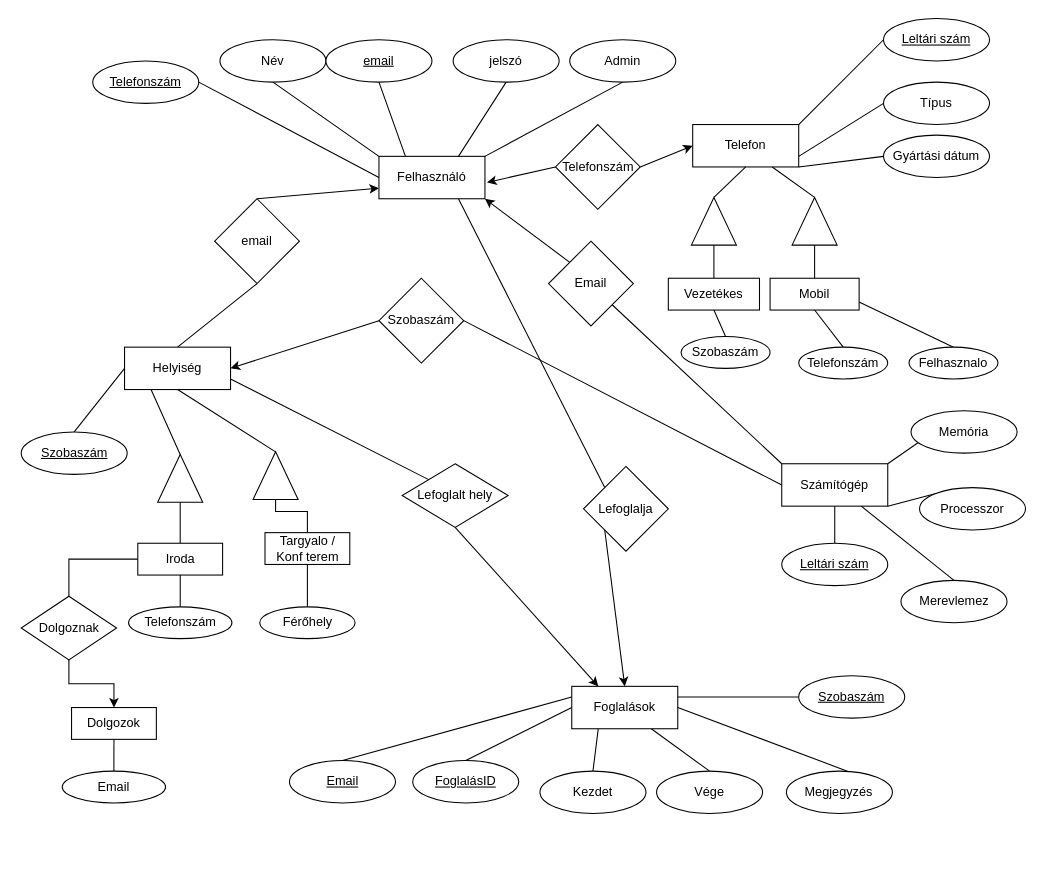
Before: Munkahely.drawio in Troversones/adatbProjekt, a draw.io diagram. Source tidied: cells renumbered, new cells numbered last; positions are measured from the earlier drawing's top-left corner, leaving out a move shared by most shapes. Both pictures are drawn from the tidied source at 106%, with x=0, y=0 at pixel (20, 18).
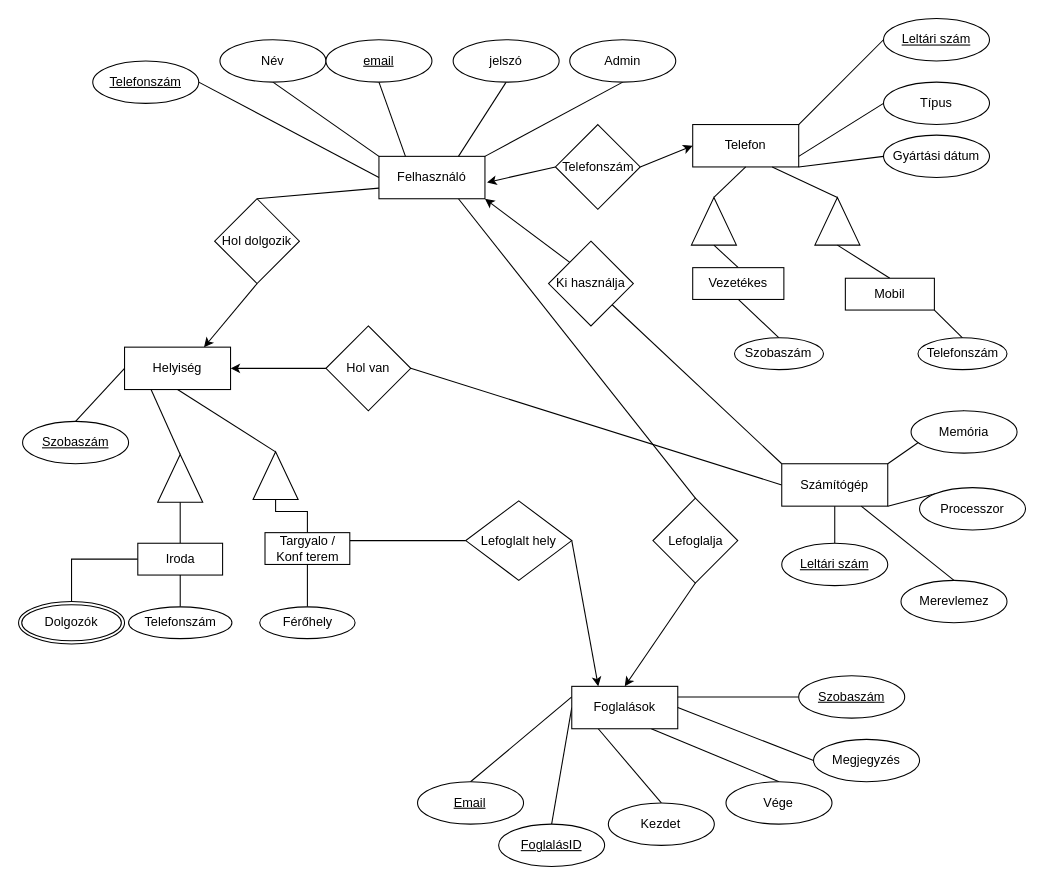
After the change.

The change refers to these unchanged cells:
```xml
<mxCell id="3" value="Felhasználó" style="whiteSpace=wrap;html=1;align=center;" parent="1" vertex="1">
  <mxGeometry x="338" y="130" width="100" height="40" as="geometry" />
</mxCell>
<mxCell id="46" value="Helyiség" style="whiteSpace=wrap;html=1;align=center;" parent="1" vertex="1">
  <mxGeometry x="98" y="310" width="100" height="40" as="geometry" />
</mxCell>
<mxCell id="60" value="Iroda" style="whiteSpace=wrap;html=1;align=center;" parent="1" vertex="1">
  <mxGeometry x="110.5" y="495" width="80" height="30" as="geometry" />
</mxCell>
<mxCell id="67" value="Targyalo / Konf terem" style="whiteSpace=wrap;html=1;align=center;" parent="1" vertex="1">
  <mxGeometry x="230.5" y="485" width="80" height="30" as="geometry" />
</mxCell>
<mxCell id="76" value="Foglalások" style="whiteSpace=wrap;html=1;align=center;" parent="1" vertex="1">
  <mxGeometry x="519.9" y="630" width="100" height="40" as="geometry" />
</mxCell>
```

The edit, as a diff of the source:
```diff
@@
-    <mxCell id="2" style="rounded=0;jettySize=auto;html=1;exitX=0.75;exitY=1;exitDx=0;exitDy=0;entryX=0;entryY=0;entryDx=0;entryDy=0;endArrow=none;endFill=0;" parent="1" edge="1" source="3" target="83">
+    <mxCell id="2" style="rounded=0;jettySize=auto;html=1;exitX=0.75;exitY=1;exitDx=0;exitDy=0;entryX=0.5;entryY=0;entryDx=0;entryDy=0;endArrow=none;endFill=0;" parent="1" edge="1" source="3" target="83">
       <mxGeometry relative="1" as="geometry" />
     </mxCell>
@@
     <mxCell id="31" style="triangle;whiteSpace=wrap;html=1;rotation=-90;" parent="1" vertex="1">
-      <mxGeometry x="726.5" y="170" width="45" height="42.5" as="geometry" />
+      <mxGeometry x="748" y="170" width="45" height="42.5" as="geometry" />
     </mxCell>
@@
-    <mxCell id="39" value="Email" style="rhombus;whiteSpace=wrap;html=1;" parent="1" vertex="1">
+    <mxCell id="39" value="Ki használja" style="rhombus;whiteSpace=wrap;html=1;" parent="1" vertex="1">
       <mxGeometry x="498" y="210" width="80" height="80" as="geometry" />
     </mxCell>
@@
     <mxCell id="41" value="Szobaszám" style="ellipse;whiteSpace=wrap;html=1;align=center;fontStyle=4;" parent="1" vertex="1">
-      <mxGeometry x="0.5" y="390" width="100" height="40" as="geometry" />
+      <mxGeometry x="1.8" y="380" width="100" height="40" as="geometry" />
     </mxCell>
-    <mxCell id="42" style="rounded=0;jettySize=auto;html=1;exitX=0.5;exitY=0;exitDx=0;exitDy=0;entryX=0;entryY=0.75;entryDx=0;entryDy=0;" parent="1" edge="1" source="43" target="3">
+    <mxCell id="42" style="rounded=0;jettySize=auto;html=1;exitX=0.5;exitY=0;exitDx=0;exitDy=0;entryX=0;entryY=0.75;entryDx=0;entryDy=0;endArrow=none;endFill=0;" parent="1" edge="1" source="43" target="3">
       <mxGeometry relative="1" as="geometry" />
     </mxCell>
-    <mxCell id="43" value="email" style="rhombus;whiteSpace=wrap;html=1;" parent="1" vertex="1">
+    <mxCell id="43" value="Hol dolgozik" style="rhombus;whiteSpace=wrap;html=1;" parent="1" vertex="1">
       <mxGeometry x="183" y="170" width="80" height="80" as="geometry" />
     </mxCell>
-    <mxCell id="44" style="rounded=0;jettySize=auto;html=1;exitX=0.5;exitY=0;exitDx=0;exitDy=0;entryX=0.5;entryY=1;entryDx=0;entryDy=0;endArrow=none;endFill=0;" parent="1" edge="1" source="46" target="43">
+    <mxCell id="44" style="rounded=0;jettySize=auto;html=1;exitX=0.5;exitY=1;exitDx=0;exitDy=0;entryX=0.75;entryY=0;entryDx=0;entryDy=0;endArrow=classic;endFill=1;" parent="1" edge="1" source="43" target="46">
       <mxGeometry relative="1" as="geometry" />
     </mxCell>
-    <mxCell id="45" style="rounded=0;jettySize=auto;html=1;exitX=1;exitY=0.75;exitDx=0;exitDy=0;entryX=0;entryY=0;entryDx=0;entryDy=0;endArrow=none;endFill=0;" parent="1" edge="1" source="46" target="86">
+    <mxCell id="45" style="rounded=0;jettySize=auto;html=1;exitX=1;exitY=0.25;exitDx=0;exitDy=0;entryX=0;entryY=0.5;entryDx=0;entryDy=0;endArrow=none;endFill=0;" parent="1" edge="1" source="67" target="86">
       <mxGeometry relative="1" as="geometry" />
     </mxCell>
@@
-    <mxCell id="47" style="edgeStyle=orthogonalEdgeStyle;rounded=0;jettySize=auto;html=1;exitX=0.5;exitY=0;exitDx=0;exitDy=0;entryX=0;entryY=0.5;entryDx=0;entryDy=0;endArrow=none;endFill=0;" parent="1" edge="1" source="48" target="31">
+    <mxCell id="47" style="rounded=0;jettySize=auto;html=1;exitX=0.5;exitY=0;exitDx=0;exitDy=0;entryX=0;entryY=0.5;entryDx=0;entryDy=0;endArrow=none;endFill=0;" parent="1" edge="1" source="48" target="31">
       <mxGeometry relative="1" as="geometry" />
     </mxCell>
     <mxCell id="48" value="Mobil" style="whiteSpace=wrap;html=1;align=center;" parent="1" vertex="1">
-      <mxGeometry x="707" y="245" width="84" height="30" as="geometry" />
+      <mxGeometry x="778" y="245" width="84" height="30" as="geometry" />
     </mxCell>
     <mxCell id="49" value="Vezetékes" style="whiteSpace=wrap;html=1;align=center;" parent="1" vertex="1">
-      <mxGeometry x="611" y="245" width="86" height="30" as="geometry" />
+      <mxGeometry x="634" y="235" width="86" height="30" as="geometry" />
     </mxCell>
-    <mxCell id="50" style="rounded=0;jettySize=auto;html=1;exitX=0.5;exitY=0;exitDx=0;exitDy=0;entryX=0.5;entryY=1;entryDx=0;entryDy=0;endArrow=none;endFill=0;" parent="1" edge="1" source="51" target="48">
+    <mxCell id="50" style="rounded=0;jettySize=auto;html=1;exitX=0.5;exitY=0;exitDx=0;exitDy=0;entryX=1;entryY=1;entryDx=0;entryDy=0;endArrow=none;endFill=0;" parent="1" edge="1" source="51" target="48">
       <mxGeometry relative="1" as="geometry" />
     </mxCell>
     <mxCell id="51" value="Telefonszám" style="ellipse;whiteSpace=wrap;html=1;align=center;" parent="1" vertex="1">
-      <mxGeometry x="734" y="310" width="84" height="30" as="geometry" />
+      <mxGeometry x="846.5" y="301.2" width="84" height="30" as="geometry" />
     </mxCell>
@@
     <mxCell id="53" value="Szobaszám" style="ellipse;whiteSpace=wrap;html=1;align=center;" parent="1" vertex="1">
-      <mxGeometry x="623" y="300" width="84" height="30" as="geometry" />
+      <mxGeometry x="673.4" y="301.2" width="84" height="30" as="geometry" />
     </mxCell>
@@
-    <mxCell id="59" style="edgeStyle=orthogonalEdgeStyle;rounded=0;jettySize=auto;html=1;exitX=0;exitY=0.5;exitDx=0;exitDy=0;entryX=0.5;entryY=0;entryDx=0;entryDy=0;endArrow=none;endFill=0;" parent="1" edge="1" source="60" target="91">
+    <mxCell id="59" style="edgeStyle=orthogonalEdgeStyle;rounded=0;jettySize=auto;html=1;exitX=0;exitY=0.5;exitDx=0;exitDy=0;entryX=0.5;entryY=0;entryDx=0;entryDy=0;endArrow=none;endFill=0;entryPerimeter=0;" parent="1" edge="1" source="60" target="95">
       <mxGeometry relative="1" as="geometry" />
     </mxCell>
@@
-    <mxCell id="68" style="rounded=0;jettySize=auto;html=1;exitX=0.5;exitY=0;exitDx=0;exitDy=0;entryX=1;entryY=0.75;entryDx=0;entryDy=0;endArrow=none;endFill=0;" parent="1" edge="1" source="69" target="48">
-      <mxGeometry relative="1" as="geometry" />
-    </mxCell>
-    <mxCell id="69" value="Felhasznalo" style="ellipse;whiteSpace=wrap;html=1;align=center;" parent="1" vertex="1">
-      <mxGeometry x="838" y="310" width="84" height="30" as="geometry" />
-    </mxCell>
@@
-    <mxCell id="71" value="Szobaszám" style="rhombus;whiteSpace=wrap;html=1;" parent="1" vertex="1">
-      <mxGeometry x="338" y="245" width="80" height="80" as="geometry" />
+    <mxCell id="71" value="Hol van" style="rhombus;whiteSpace=wrap;html=1;" parent="1" vertex="1">
+      <mxGeometry x="288" y="290" width="80" height="80" as="geometry" />
     </mxCell>
@@
     <mxCell id="77" value="FoglalásID" style="ellipse;whiteSpace=wrap;html=1;align=center;fontStyle=4;" parent="1" vertex="1">
-      <mxGeometry x="369.9" y="700" width="100" height="40" as="geometry" />
+      <mxGeometry x="450.9" y="760" width="100" height="40" as="geometry" />
     </mxCell>
     <mxCell id="78" value="Kezdet" style="ellipse;whiteSpace=wrap;html=1;align=center;" parent="1" vertex="1">
-      <mxGeometry x="489.9" y="710" width="100" height="40" as="geometry" />
+      <mxGeometry x="554.4" y="740" width="100" height="40" as="geometry" />
     </mxCell>
     <mxCell id="79" value="Vége" style="ellipse;whiteSpace=wrap;html=1;align=center;" parent="1" vertex="1">
-      <mxGeometry x="599.9" y="710" width="100" height="40" as="geometry" />
+      <mxGeometry x="665.4" y="720" width="100" height="40" as="geometry" />
     </mxCell>
     <mxCell id="80" value="Megjegyzés" style="ellipse;whiteSpace=wrap;html=1;align=center;" parent="1" vertex="1">
-      <mxGeometry x="722.4" y="710" width="100" height="40" as="geometry" />
+      <mxGeometry x="748" y="680" width="100" height="40" as="geometry" />
     </mxCell>
-    <mxCell id="81" style="rounded=0;jettySize=auto;html=1;exitX=1;exitY=0.5;exitDx=0;exitDy=0;endArrow=none;endFill=0;" parent="1" edge="1" source="76">
-      <mxGeometry relative="1" as="geometry">
-        <mxPoint x="779.9" y="710" as="targetPoint" />
-      </mxGeometry>
+    <mxCell id="81" style="rounded=0;jettySize=auto;html=1;exitX=1;exitY=0.5;exitDx=0;exitDy=0;endArrow=none;endFill=0;entryX=0;entryY=0.5;entryDx=0;entryDy=0;" parent="1" edge="1" source="76" target="80">
+      <mxGeometry relative="1" as="geometry" />
     </mxCell>
-    <mxCell id="82" style="rounded=0;jettySize=auto;html=1;exitX=0;exitY=1;exitDx=0;exitDy=0;entryX=0.5;entryY=0;entryDx=0;entryDy=0;" parent="1" edge="1" source="83" target="76">
+    <mxCell id="82" style="rounded=0;jettySize=auto;html=1;exitX=0.5;exitY=1;exitDx=0;exitDy=0;entryX=0.5;entryY=0;entryDx=0;entryDy=0;" parent="1" edge="1" source="83" target="76">
       <mxGeometry relative="1" as="geometry" />
     </mxCell>
     <mxCell id="83" value="Lefoglalja" style="rhombus;whiteSpace=wrap;html=1;" parent="1" vertex="1">
-      <mxGeometry x="531" y="422.5" width="80" height="80" as="geometry" />
+      <mxGeometry x="596.5" y="452.5" width="80" height="80" as="geometry" />
     </mxCell>
     <mxCell id="84" value="Email" style="ellipse;whiteSpace=wrap;html=1;align=center;fontStyle=4;" parent="1" vertex="1">
-      <mxGeometry x="253.6" y="700" width="100" height="40" as="geometry" />
+      <mxGeometry x="374.4" y="720" width="100" height="40" as="geometry" />
     </mxCell>
-    <mxCell id="85" style="rounded=0;jettySize=auto;html=1;exitX=0.5;exitY=1;exitDx=0;exitDy=0;entryX=0.25;entryY=0;entryDx=0;entryDy=0;" parent="1" edge="1" source="86" target="76">
+    <mxCell id="85" style="rounded=0;jettySize=auto;html=1;exitX=1;exitY=0.5;exitDx=0;exitDy=0;entryX=0.25;entryY=0;entryDx=0;entryDy=0;" parent="1" edge="1" source="86" target="76">
       <mxGeometry relative="1" as="geometry" />
     </mxCell>
     <mxCell id="86" value="Lefoglalt hely" style="rhombus;whiteSpace=wrap;html=1;" parent="1" vertex="1">
-      <mxGeometry x="359.9" y="420" width="100" height="60" as="geometry" />
+      <mxGeometry x="419.9" y="455" width="100" height="75" as="geometry" />
     </mxCell>
@@
-    <mxCell id="90" style="edgeStyle=orthogonalEdgeStyle;rounded=0;jettySize=auto;html=1;exitX=0.5;exitY=1;exitDx=0;exitDy=0;entryX=0.5;entryY=0;entryDx=0;entryDy=0;endArrow=classic;endFill=1;" parent="1" edge="1" source="91" target="92">
-      <mxGeometry relative="1" as="geometry" />
-    </mxCell>
-    <mxCell id="91" value="Dolgoznak" style="shape=rhombus;perimeter=rhombusPerimeter;whiteSpace=wrap;html=1;align=center;" parent="1" vertex="1">
-      <mxGeometry x="0.5" y="545" width="90" height="60" as="geometry" />
-    </mxCell>
-    <mxCell id="92" value="Dolgozok" style="whiteSpace=wrap;html=1;align=center;" parent="1" vertex="1">
-      <mxGeometry x="48" y="650" width="80" height="30" as="geometry" />
-    </mxCell>
-    <mxCell id="93" style="edgeStyle=orthogonalEdgeStyle;rounded=0;jettySize=auto;html=1;exitX=0.5;exitY=0;exitDx=0;exitDy=0;entryX=0.5;entryY=1;entryDx=0;entryDy=0;endArrow=none;endFill=0;" parent="1" edge="1" source="94" target="92">
-      <mxGeometry relative="1" as="geometry" />
-    </mxCell>
-    <mxCell id="94" value="Email" style="ellipse;whiteSpace=wrap;html=1;align=center;" parent="1" vertex="1">
-      <mxGeometry x="39.2" y="710" width="97.5" height="30" as="geometry" />
-    </mxCell>
+    <mxCell id="95" value="Dolgozók" style="ellipse;shape=doubleEllipse;margin=3;whiteSpace=wrap;html=1;align=center;" parent="1" vertex="1">
+      <mxGeometry x="-2" y="550" width="100" height="40" as="geometry" />
+    </mxCell>
```
